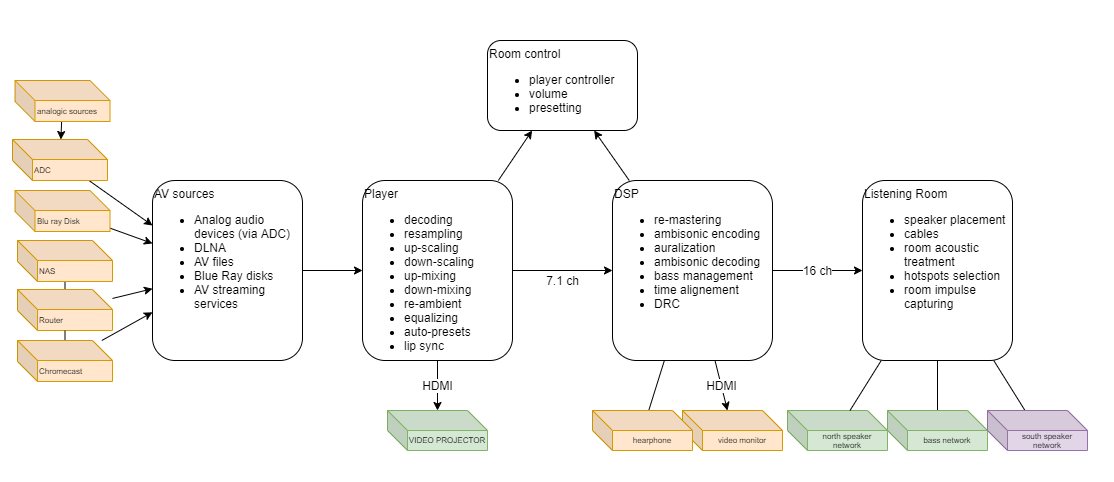
The draw.io diagram images/functional-view.png in ecow/liroma, before a commit. Source tidied: cells renumbered, new cells last; positions are measured from the earlier drawing's top-left corner, leaving out a move shared by most shapes.
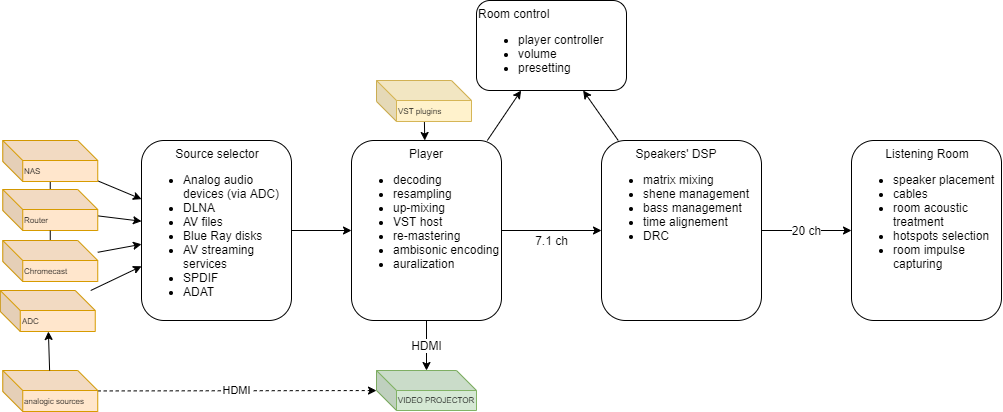
The same diagram one commit later.

The edit, as a diff of the source:
```diff
@@ -1,13 +1,13 @@
-<mxGraphModel>
+<mxGraphModel background="#FFFFFF">
   <root>
     <mxCell id="0" />
     <mxCell id="1" parent="0" />
-    <mxCell id="2" style="rounded=0;whiteSpace=wrap;html=1;strokeColor=none;" parent="1" vertex="1">
-      <mxGeometry x="-0.5" width="1112.5" height="480" as="geometry" />
-    </mxCell>
-    <mxCell id="3" value="north speaker network" style="shape=cube;whiteSpace=wrap;html=1;boundedLbl=1;backgroundOutline=1;darkOpacity=0.05;darkOpacity2=0.1;fontSize=8;verticalAlign=middle;fillColor=#d5e8d4;strokeColor=#82b366;" parent="1" vertex="1">
-      <mxGeometry x="787" y="410" width="100" height="40" as="geometry" />
-    </mxCell>
+    <mxCell id="10" value="HDMI" style="edgeStyle=none;rounded=0;jettySize=auto;html=1;dashed=1;" parent="1" edge="1" source="36" target="16">
+      <mxGeometry relative="1" as="geometry" />
+    </mxCell>
+    <mxCell id="36" value="analogic sources" style="shape=cube;whiteSpace=wrap;html=1;boundedLbl=1;backgroundOutline=1;darkOpacity=0.05;darkOpacity2=0.1;sketch=0;fontSize=8;align=left;verticalAlign=top;fillColor=#ffe6cc;strokeColor=#d79b00;" parent="1" vertex="1">
+      <mxGeometry x="13.2" y="410" width="95" height="41" as="geometry" />
+    </mxCell>
     <mxCell id="4" value="7.1 ch" style="edgeStyle=none;rounded=0;sketch=0;jettySize=auto;html=1;fontSize=12;startArrow=none;startFill=0;endArrow=classic;endFill=1;startSize=6;endSize=6;strokeWidth=1;" parent="1" edge="1" source="7" target="12">
       <mxGeometry y="-10" relative="1" as="geometry" />
     </mxCell>
@@ -17,22 +17,16 @@
     <mxCell id="6" style="edgeStyle=none;rounded=0;sketch=0;jettySize=auto;html=1;fontSize=12;startArrow=none;startFill=0;endArrow=classic;endFill=1;startSize=6;endSize=6;strokeColor=#000000;strokeWidth=1;" parent="1" edge="1" source="7" target="13">
       <mxGeometry relative="1" as="geometry" />
     </mxCell>
-    <mxCell id="7" value="Player&lt;br&gt;&lt;ul&gt;&lt;li&gt;decoding&lt;/li&gt;&lt;li&gt;resampling&lt;/li&gt;&lt;li&gt;up-scaling&lt;/li&gt;&lt;li&gt;down-scaling&lt;/li&gt;&lt;li&gt;up-mixing&lt;/li&gt;&lt;li&gt;down-mixing&lt;/li&gt;&lt;li&gt;re-ambient&lt;/li&gt;&lt;li&gt;equalizing&lt;/li&gt;&lt;li&gt;auto-presets&lt;/li&gt;&lt;li&gt;lip sync&lt;/li&gt;&lt;/ul&gt;" style="rounded=1;whiteSpace=wrap;html=1;sketch=0;fontSize=12;align=left;verticalAlign=top;" parent="1" vertex="1">
+    <mxCell id="7" value="&lt;div style=&quot;text-align: center&quot;&gt;&lt;span&gt;Player&lt;/span&gt;&lt;/div&gt;&lt;ul&gt;&lt;li&gt;decoding&lt;/li&gt;&lt;li&gt;resampling&lt;/li&gt;&lt;li&gt;up-mixing&lt;/li&gt;&lt;li&gt;VST host&lt;/li&gt;&lt;li&gt;re-mastering&lt;/li&gt;&lt;li&gt;ambisonic encoding&lt;/li&gt;&lt;li&gt;auralization&lt;/li&gt;&lt;/ul&gt;" style="rounded=1;whiteSpace=wrap;html=1;sketch=0;fontSize=12;align=left;verticalAlign=top;" parent="1" vertex="1">
       <mxGeometry x="362" y="180" width="150" height="180" as="geometry" />
     </mxCell>
-    <mxCell id="8" value="16 ch" style="edgeStyle=none;rounded=0;sketch=0;jettySize=auto;html=1;fontSize=12;startArrow=none;startFill=0;endArrow=classic;endFill=1;startSize=6;endSize=6;strokeWidth=1;" parent="1" edge="1" source="12" target="30">
+    <mxCell id="8" value="20 ch" style="edgeStyle=none;rounded=0;sketch=0;jettySize=auto;html=1;fontSize=12;startArrow=none;startFill=0;endArrow=classic;endFill=1;startSize=6;endSize=6;strokeWidth=1;" parent="1" edge="1" source="12" target="30">
       <mxGeometry relative="1" as="geometry" />
     </mxCell>
     <mxCell id="9" style="edgeStyle=none;rounded=0;sketch=0;jettySize=auto;html=1;fontSize=12;startArrow=none;startFill=0;endArrow=classic;endFill=1;startSize=6;endSize=6;strokeColor=#000000;strokeWidth=1;" parent="1" edge="1" source="12" target="13">
       <mxGeometry relative="1" as="geometry" />
     </mxCell>
-    <mxCell id="10" value="HDMI" style="edgeStyle=none;rounded=0;sketch=0;jettySize=auto;html=1;fontSize=12;startArrow=none;startFill=0;endArrow=classic;endFill=1;startSize=6;endSize=6;strokeColor=#000000;strokeWidth=1;" parent="1" edge="1" source="12" target="26">
-      <mxGeometry relative="1" as="geometry" />
-    </mxCell>
-    <mxCell id="11" style="edgeStyle=none;rounded=0;sketch=0;jettySize=auto;html=1;fontSize=8;startArrow=none;startFill=0;endArrow=none;endFill=0;startSize=6;endSize=6;strokeColor=#000000;strokeWidth=1;" parent="1" edge="1" source="12" target="33">
-      <mxGeometry relative="1" as="geometry" />
-    </mxCell>
-    <mxCell id="12" value="DSP&lt;br&gt;&lt;ul&gt;&lt;li&gt;re-mastering&lt;/li&gt;&lt;li&gt;ambisonic encoding&lt;/li&gt;&lt;li&gt;auralization&lt;/li&gt;&lt;li&gt;ambisonic decoding&lt;/li&gt;&lt;li&gt;bass management&lt;/li&gt;&lt;li&gt;time alignement&lt;/li&gt;&lt;li&gt;DRC&lt;/li&gt;&lt;/ul&gt;" style="rounded=1;whiteSpace=wrap;html=1;sketch=0;fontSize=12;align=left;verticalAlign=top;" parent="1" vertex="1">
+    <mxCell id="12" value="&lt;div style=&quot;text-align: center&quot;&gt;&lt;span&gt;Speakers' DSP&lt;/span&gt;&lt;/div&gt;&lt;ul&gt;&lt;li&gt;&lt;span&gt;matrix mixing&lt;/span&gt;&lt;/li&gt;&lt;li&gt;&lt;span&gt;shene management&lt;/span&gt;&lt;/li&gt;&lt;li&gt;&lt;span&gt;bass management&lt;/span&gt;&lt;br&gt;&lt;/li&gt;&lt;li&gt;time alignement&lt;/li&gt;&lt;li&gt;DRC&lt;/li&gt;&lt;/ul&gt;" style="rounded=1;whiteSpace=wrap;html=1;sketch=0;fontSize=12;align=left;verticalAlign=top;" parent="1" vertex="1">
       <mxGeometry x="612" y="180" width="160" height="180" as="geometry" />
     </mxCell>
     <mxCell id="13" value="Room control&lt;br&gt;&lt;ul&gt;&lt;li&gt;player controller&lt;/li&gt;&lt;li&gt;volume&lt;/li&gt;&lt;li&gt;presetting&lt;/li&gt;&lt;/ul&gt;" style="rounded=1;whiteSpace=wrap;html=1;sketch=0;fontSize=12;align=left;verticalAlign=top;" parent="1" vertex="1">
@@ -41,29 +35,26 @@
     <mxCell id="14" style="edgeStyle=none;rounded=0;sketch=0;jettySize=auto;html=1;fontSize=12;startArrow=none;startFill=0;endArrow=classic;endFill=1;startSize=6;endSize=6;strokeColor=#000000;strokeWidth=1;" parent="1" edge="1" source="15" target="7">
       <mxGeometry relative="1" as="geometry" />
     </mxCell>
-    <mxCell id="15" value="AV sources&lt;br&gt;&lt;ul&gt;&lt;li&gt;Analog audio&amp;nbsp; devices (via ADC)&lt;/li&gt;&lt;li&gt;DLNA&lt;/li&gt;&lt;li&gt;AV files&lt;/li&gt;&lt;li&gt;Blue Ray disks&lt;/li&gt;&lt;li&gt;AV streaming services&lt;/li&gt;&lt;/ul&gt;" style="rounded=1;whiteSpace=wrap;html=1;sketch=0;fontSize=12;align=left;verticalAlign=top;" parent="1" vertex="1">
+    <mxCell id="15" value="&lt;div style=&quot;text-align: center&quot;&gt;&lt;span&gt;Source selector&lt;/span&gt;&lt;/div&gt;&lt;ul&gt;&lt;li&gt;Analog audio&amp;nbsp; devices (via ADC)&lt;/li&gt;&lt;li&gt;DLNA&lt;/li&gt;&lt;li&gt;AV files&lt;/li&gt;&lt;li&gt;Blue Ray disks&lt;/li&gt;&lt;li&gt;AV streaming services&lt;/li&gt;&lt;li&gt;SPDIF&lt;/li&gt;&lt;li&gt;ADAT&lt;/li&gt;&lt;/ul&gt;" style="rounded=1;whiteSpace=wrap;html=1;sketch=0;fontSize=12;align=left;verticalAlign=top;" parent="1" vertex="1">
       <mxGeometry x="152" y="180" width="150" height="180" as="geometry" />
     </mxCell>
     <mxCell id="16" value="VIDEO PROJECTOR" style="shape=cube;whiteSpace=wrap;html=1;boundedLbl=1;backgroundOutline=1;darkOpacity=0.05;darkOpacity2=0.1;fontSize=8;verticalAlign=middle;fillColor=#d5e8d4;strokeColor=#82b366;" parent="1" vertex="1">
       <mxGeometry x="387" y="410" width="100" height="40" as="geometry" />
     </mxCell>
-    <mxCell id="17" style="edgeStyle=none;rounded=0;sketch=0;jettySize=auto;html=1;fontSize=12;startArrow=none;startFill=0;endArrow=classic;endFill=1;startSize=6;endSize=6;strokeColor=#000000;strokeWidth=1;" parent="1" edge="1" source="18" target="15">
+    <mxCell id="17" style="edgeStyle=none;rounded=0;sketch=0;jettySize=auto;html=1;fontSize=12;startArrow=none;startFill=0;endArrow=classic;endFill=1;startSize=6;endSize=6;strokeColor=#000000;strokeWidth=1;" parent="1" edge="1" source="20" target="15">
       <mxGeometry relative="1" as="geometry" />
     </mxCell>
-    <mxCell id="18" value="Blu ray Disk" style="shape=cube;whiteSpace=wrap;html=1;boundedLbl=1;backgroundOutline=1;darkOpacity=0.05;darkOpacity2=0.1;sketch=0;fontSize=8;align=left;verticalAlign=top;fillColor=#ffe6cc;strokeColor=#d79b00;" parent="1" vertex="1">
-      <mxGeometry x="14.5" y="190" width="95" height="41" as="geometry" />
-    </mxCell>
     <mxCell id="19" style="edgeStyle=none;rounded=0;sketch=0;jettySize=auto;html=1;fontSize=8;startArrow=none;startFill=0;endArrow=none;endFill=0;startSize=6;endSize=6;strokeColor=#000000;strokeWidth=1;" parent="1" edge="1" source="20" target="22">
       <mxGeometry relative="1" as="geometry" />
     </mxCell>
     <mxCell id="20" value="NAS" style="shape=cube;whiteSpace=wrap;html=1;boundedLbl=1;backgroundOutline=1;darkOpacity=0.05;darkOpacity2=0.1;sketch=0;fontSize=8;align=left;verticalAlign=top;fillColor=#ffe6cc;strokeColor=#d79b00;" parent="1" vertex="1">
-      <mxGeometry x="17" y="240" width="95" height="41" as="geometry" />
+      <mxGeometry x="13.2" y="180" width="95" height="41" as="geometry" />
     </mxCell>
     <mxCell id="21" style="edgeStyle=none;rounded=0;sketch=0;jettySize=auto;html=1;fontSize=12;startArrow=none;startFill=0;endArrow=classic;endFill=1;startSize=6;endSize=6;strokeColor=#000000;strokeWidth=1;" parent="1" edge="1" source="22" target="15">
       <mxGeometry relative="1" as="geometry" />
     </mxCell>
     <mxCell id="22" value="Router" style="shape=cube;whiteSpace=wrap;html=1;boundedLbl=1;backgroundOutline=1;darkOpacity=0.05;darkOpacity2=0.1;sketch=0;fontSize=8;align=left;verticalAlign=top;fillColor=#ffe6cc;strokeColor=#d79b00;" parent="1" vertex="1">
-      <mxGeometry x="17" y="289" width="95" height="41" as="geometry" />
+      <mxGeometry x="13.2" y="229" width="95" height="41" as="geometry" />
     </mxCell>
     <mxCell id="23" style="edgeStyle=none;rounded=0;sketch=0;jettySize=auto;html=1;fontSize=12;startArrow=none;startFill=0;endArrow=classic;endFill=1;startSize=6;endSize=6;strokeColor=#000000;strokeWidth=1;" parent="1" edge="1" source="25" target="15">
       <mxGeometry relative="1" as="geometry" />
@@ -72,43 +63,25 @@
       <mxGeometry relative="1" as="geometry" />
     </mxCell>
     <mxCell id="25" value="Chromecast" style="shape=cube;whiteSpace=wrap;html=1;boundedLbl=1;backgroundOutline=1;darkOpacity=0.05;darkOpacity2=0.1;sketch=0;fontSize=8;align=left;verticalAlign=top;fillColor=#ffe6cc;strokeColor=#d79b00;" parent="1" vertex="1">
-      <mxGeometry x="17" y="340" width="95" height="41" as="geometry" />
+      <mxGeometry x="13.2" y="280" width="95" height="41" as="geometry" />
     </mxCell>
-    <mxCell id="26" value="video monitor" style="shape=cube;whiteSpace=wrap;html=1;boundedLbl=1;backgroundOutline=1;darkOpacity=0.05;darkOpacity2=0.1;fontSize=8;verticalAlign=middle;fillColor=#ffe6cc;strokeColor=#d79b00;" parent="1" vertex="1">
-      <mxGeometry x="682" y="410" width="100" height="40" as="geometry" />
-    </mxCell>
-    <mxCell id="27" style="edgeStyle=none;rounded=0;sketch=0;jettySize=auto;html=1;fontSize=8;startArrow=none;startFill=0;endArrow=none;endFill=0;startSize=6;endSize=6;strokeColor=#000000;strokeWidth=1;" parent="1" edge="1" source="30" target="3">
-      <mxGeometry relative="1" as="geometry" />
-    </mxCell>
-    <mxCell id="28" style="edgeStyle=none;rounded=0;sketch=0;jettySize=auto;html=1;fontSize=8;startArrow=none;startFill=0;endArrow=none;endFill=0;startSize=6;endSize=6;strokeColor=#000000;strokeWidth=1;" parent="1" edge="1" source="30" target="31">
-      <mxGeometry relative="1" as="geometry" />
-    </mxCell>
-    <mxCell id="29" style="edgeStyle=none;rounded=0;sketch=0;jettySize=auto;html=1;fontSize=8;startArrow=none;startFill=0;endArrow=none;endFill=0;startSize=6;endSize=6;strokeColor=#000000;strokeWidth=1;" parent="1" edge="1" source="30" target="32">
-      <mxGeometry relative="1" as="geometry" />
-    </mxCell>
-    <mxCell id="30" value="Listening Room&lt;br&gt;&lt;ul&gt;&lt;li&gt;speaker placement&lt;/li&gt;&lt;li&gt;cables&lt;/li&gt;&lt;li&gt;&lt;span style=&quot;text-align: center&quot;&gt;room acoustic&lt;/span&gt;&lt;br style=&quot;text-align: center&quot;&gt;&lt;span style=&quot;text-align: center&quot;&gt;treatment&lt;/span&gt;&lt;br&gt;&lt;/li&gt;&lt;li&gt;hotspots selection&lt;/li&gt;&lt;li&gt;room impulse capturing&lt;/li&gt;&lt;/ul&gt;" style="rounded=1;whiteSpace=wrap;html=1;sketch=0;fontSize=12;align=left;verticalAlign=top;" parent="1" vertex="1">
+    <mxCell id="30" value="&lt;div style=&quot;text-align: center&quot;&gt;&lt;span&gt;Listening Room&lt;/span&gt;&lt;/div&gt;&lt;ul&gt;&lt;li&gt;speaker placement&lt;/li&gt;&lt;li&gt;cables&lt;/li&gt;&lt;li&gt;&lt;span style=&quot;text-align: center&quot;&gt;room acoustic&lt;/span&gt;&lt;br style=&quot;text-align: center&quot;&gt;&lt;span style=&quot;text-align: center&quot;&gt;treatment&lt;/span&gt;&lt;br&gt;&lt;/li&gt;&lt;li&gt;hotspots selection&lt;/li&gt;&lt;li&gt;room impulse capturing&lt;/li&gt;&lt;/ul&gt;" style="rounded=1;whiteSpace=wrap;html=1;sketch=0;fontSize=12;align=left;verticalAlign=top;" parent="1" vertex="1">
       <mxGeometry x="862" y="180" width="150" height="180" as="geometry" />
     </mxCell>
-    <mxCell id="31" value="bass network" style="shape=cube;whiteSpace=wrap;html=1;boundedLbl=1;backgroundOutline=1;darkOpacity=0.05;darkOpacity2=0.1;fontSize=8;verticalAlign=middle;fillColor=#d5e8d4;strokeColor=#82b366;" parent="1" vertex="1">
-      <mxGeometry x="887" y="410" width="100" height="40" as="geometry" />
-    </mxCell>
-    <mxCell id="32" value="south speaker network" style="shape=cube;whiteSpace=wrap;html=1;boundedLbl=1;backgroundOutline=1;darkOpacity=0.05;darkOpacity2=0.1;fontSize=8;verticalAlign=middle;fillColor=#e1d5e7;strokeColor=#9673a6;" parent="1" vertex="1">
-      <mxGeometry x="987" y="410" width="100" height="40" as="geometry" />
-    </mxCell>
-    <mxCell id="33" value="hearphone" style="shape=cube;whiteSpace=wrap;html=1;boundedLbl=1;backgroundOutline=1;darkOpacity=0.05;darkOpacity2=0.1;fontSize=8;verticalAlign=middle;fillColor=#ffe6cc;strokeColor=#d79b00;" parent="1" vertex="1">
-      <mxGeometry x="592" y="410" width="100" height="40" as="geometry" />
-    </mxCell>
-    <mxCell id="34" style="edgeStyle=none;rounded=0;sketch=0;jettySize=auto;html=1;entryX=0;entryY=0.25;entryDx=0;entryDy=0;fontSize=8;startArrow=none;startFill=0;endArrow=classic;endFill=1;startSize=6;endSize=6;strokeColor=#000000;strokeWidth=1;" parent="1" edge="1" source="37" target="15">
+    <mxCell id="34" style="edgeStyle=none;rounded=0;sketch=0;jettySize=auto;html=1;fontSize=8;startArrow=none;startFill=0;endArrow=classic;endFill=1;startSize=6;endSize=6;strokeColor=#000000;strokeWidth=1;" parent="1" edge="1" source="37" target="15">
       <mxGeometry relative="1" as="geometry" />
     </mxCell>
     <mxCell id="35" style="edgeStyle=none;rounded=0;sketch=0;jettySize=auto;html=1;fontSize=8;startArrow=none;startFill=0;endArrow=classic;endFill=1;startSize=6;endSize=6;strokeColor=#000000;strokeWidth=1;" parent="1" edge="1" source="36" target="37">
       <mxGeometry relative="1" as="geometry" />
     </mxCell>
-    <mxCell id="36" value="analogic sources" style="shape=cube;whiteSpace=wrap;html=1;boundedLbl=1;backgroundOutline=1;darkOpacity=0.05;darkOpacity2=0.1;sketch=0;fontSize=8;align=left;verticalAlign=top;fillColor=#ffe6cc;strokeColor=#d79b00;" parent="1" vertex="1">
-      <mxGeometry x="14.5" y="80" width="95" height="41" as="geometry" />
-    </mxCell>
     <mxCell id="37" value="ADC" style="shape=cube;whiteSpace=wrap;html=1;boundedLbl=1;backgroundOutline=1;darkOpacity=0.05;darkOpacity2=0.1;sketch=0;fontSize=8;align=left;verticalAlign=top;fillColor=#ffe6cc;strokeColor=#d79b00;" parent="1" vertex="1">
-      <mxGeometry x="12" y="139" width="95" height="41" as="geometry" />
+      <mxGeometry x="10.8" y="330" width="95" height="41" as="geometry" />
     </mxCell>
+    <mxCell id="38" style="edgeStyle=none;rounded=0;jettySize=auto;html=1;" parent="1" edge="1" source="39" target="7">
+      <mxGeometry relative="1" as="geometry" />
+    </mxCell>
+    <mxCell id="39" value="VST plugins" style="shape=cube;whiteSpace=wrap;html=1;boundedLbl=1;backgroundOutline=1;darkOpacity=0.05;darkOpacity2=0.1;sketch=0;fontSize=8;align=left;verticalAlign=top;fillColor=#fff2cc;strokeColor=#d6b656;" parent="1" vertex="1">
+      <mxGeometry x="387" y="120" width="95" height="41" as="geometry" />
+    </mxCell>
   </root>
 </mxGraphModel>
```
